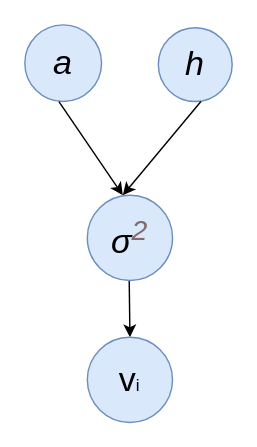
Earlier version of the draw.io diagram 未命名绘图.drawio (luoluo19550418/drawio). Source tidied: cells renumbered, new cells numbered last; positions are measured from the earlier drawing's top-left corner, leaving out a move shared by most shapes. Both pictures are drawn from the tidied source at 142%, with x=0, y=0 at pixel (24, 24).
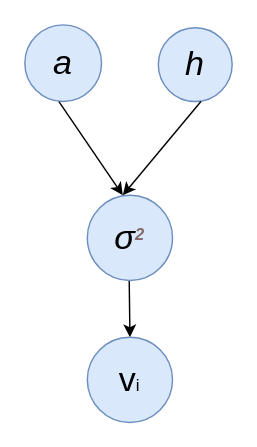
The same page after the edit.

Commit message (it also covers changes not shown here):
更新未命名绘图.drawio

Diff of the diagram source:
```diff
@@
 <mxGraphModel>
   <root>
     <mxCell id="0" />
     <mxCell id="1" parent="0" />
     <mxCell id="2" value="&lt;font style=&quot;font-size: 24px;&quot;&gt;&lt;i&gt;a&lt;/i&gt;&lt;/font&gt;" style="ellipse;whiteSpace=wrap;html=1;fillColor=#dae8fc;strokeColor=#6c8ebf;" parent="1" vertex="1">
       <mxGeometry width="54" height="54" as="geometry" />
     </mxCell>
     <mxCell id="3" value="&lt;font style=&quot;font-size: 24px;&quot;&gt;&lt;i&gt;h&lt;/i&gt;&lt;/font&gt;" style="ellipse;whiteSpace=wrap;html=1;fillColor=#dae8fc;strokeColor=#6c8ebf;" parent="1" vertex="1">
       <mxGeometry x="94" y="2" width="52" height="52" as="geometry" />
     </mxCell>
     <mxCell id="4" style="endArrow=classic;html=1;rounded=0;entryX=0.5;entryY=0;entryDx=0;entryDy=0;" parent="1" edge="1">
       <mxGeometry relative="1" as="geometry">
         <mxPoint x="24" y="54" as="sourcePoint" />
         <mxPoint x="69" y="120" as="targetPoint" />
       </mxGeometry>
     </mxCell>
     <mxCell id="5" style="endArrow=classic;html=1;rounded=0;entryX=0.5;entryY=0;entryDx=0;entryDy=0;" parent="1" edge="1">
       <mxGeometry relative="1" as="geometry">
         <mxPoint x="124" y="54" as="sourcePoint" />
         <mxPoint x="69" y="120" as="targetPoint" />
       </mxGeometry>
     </mxCell>
     <mxCell id="6" style="endArrow=classic;html=1;rounded=0;" parent="1" edge="1">
       <mxGeometry relative="1" as="geometry">
         <mxPoint x="73.5" y="180" as="sourcePoint" />
         <mxPoint x="74" y="220" as="targetPoint" />
       </mxGeometry>
     </mxCell>
     <mxCell id="7" value="&lt;font&gt;&lt;span style=&quot;font-size: 24px;&quot;&gt;v&lt;/span&gt;&lt;/font&gt;i" style="ellipse;whiteSpace=wrap;html=1;fillColor=#dae8fc;strokeColor=#6c8ebf;" parent="1" vertex="1">
       <mxGeometry x="44" y="220" width="60" height="60" as="geometry" />
     </mxCell>
-    <mxCell id="8" value="&lt;font style=&quot;font-size: 24px;&quot;&gt;&lt;i&gt;σ&lt;font style=&quot;border-color: var(--border-color);&quot; face=&quot;Cambria Math&quot; color=&quot;#836967&quot;&gt;&lt;sup style=&quot;border-color: var(--border-color);&quot;&gt;2&lt;/sup&gt;&lt;/font&gt;&lt;/i&gt;&lt;/font&gt;" style="ellipse;whiteSpace=wrap;html=1;fillColor=#dae8fc;strokeColor=#6c8ebf;" parent="1" vertex="1">
+    <mxCell id="8" value="&lt;font style=&quot;&quot;&gt;&lt;i style=&quot;&quot;&gt;&lt;span style=&quot;font-size: 24px;&quot;&gt;σ&lt;/span&gt;&lt;font style=&quot;border-color: var(--border-color); font-size: 14px;&quot; face=&quot;Cambria Math&quot; color=&quot;#836967&quot;&gt;&lt;sup style=&quot;border-color: var(--border-color);&quot;&gt;&lt;b&gt;2&lt;/b&gt;&lt;/sup&gt;&lt;/font&gt;&lt;/i&gt;&lt;/font&gt;" style="ellipse;whiteSpace=wrap;html=1;fillColor=#dae8fc;strokeColor=#6c8ebf;" parent="1" vertex="1">
       <mxGeometry x="44" y="120" width="60" height="60" as="geometry" />
     </mxCell>
   </root>
 </mxGraphModel>
```
